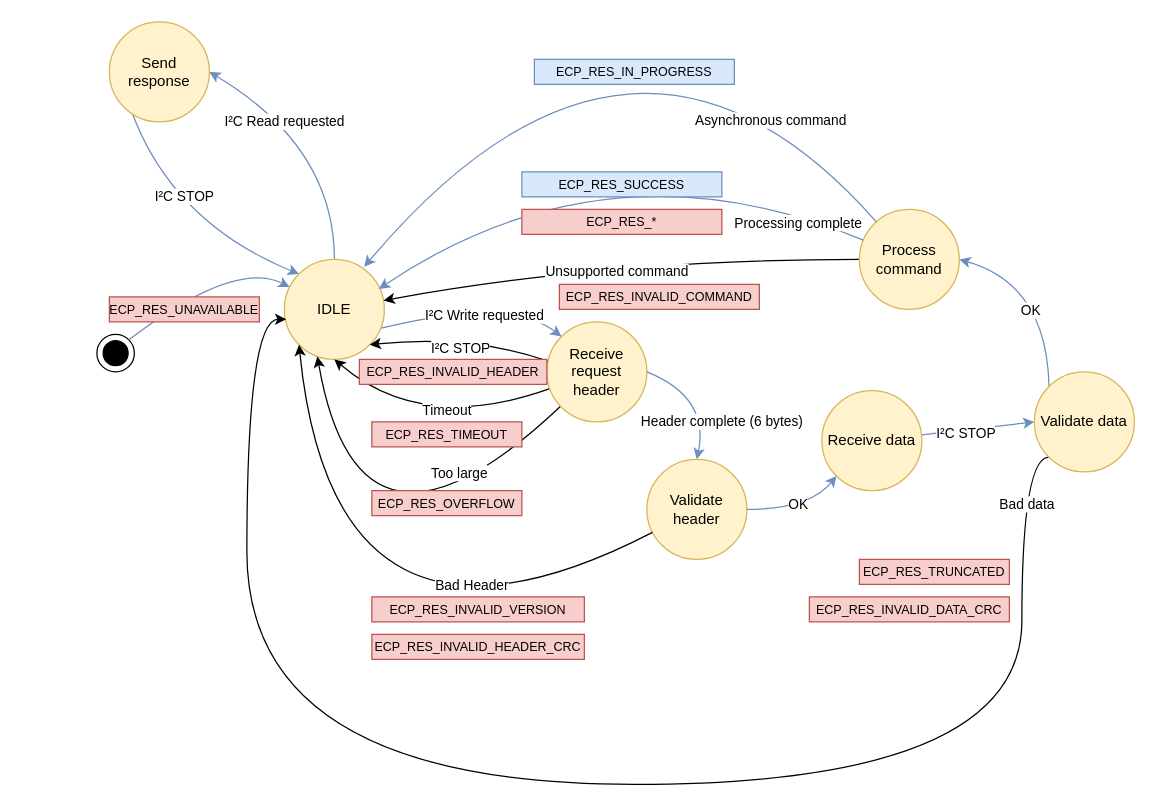
Above: page "ECP state" (3 of 10) of docs/ECP software arch.drawio in datapanelcorp/embedded-coprocessor (draw.io), before the change. Source tidied: cells renumbered, new cells numbered last; positions are measured from the earlier drawing's top-left corner, leaving out a move shared by most shapes. Both pictures are drawn from the tidied source at 125%, with x=0, y=0 at pixel (96, -54).
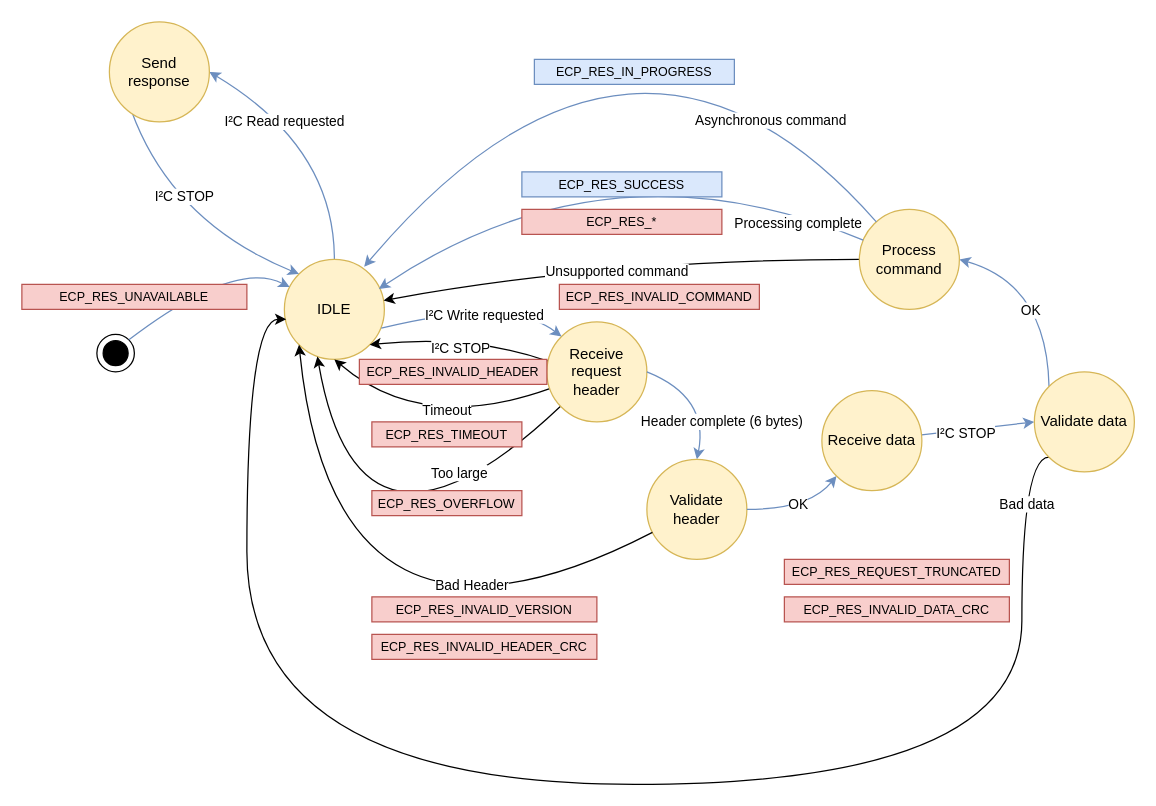
Above is the later version.

What changed in the source:
```diff
@@
     <mxCell id="29" value="&lt;font&gt;ECP_RES_INVALID_HEADER_CRC&lt;/font&gt;" style="rounded=0;whiteSpace=wrap;html=1;fillColor=#f8cecc;strokeColor=#b85450;fontSize=10;" parent="1" vertex="1">
-      <mxGeometry x="220" y="550" width="170" height="20" as="geometry" />
+      <mxGeometry x="220" y="550" width="180" height="20" as="geometry" />
     </mxCell>
     <mxCell id="30" value="&lt;font&gt;ECP_RES_INVALID_DATA_CRC&lt;/font&gt;" style="rounded=0;whiteSpace=wrap;html=1;fillColor=#f8cecc;strokeColor=#b85450;fontSize=10;" parent="1" vertex="1">
-      <mxGeometry x="570" y="520" width="160" height="20" as="geometry" />
+      <mxGeometry x="550" y="520" width="180" height="20" as="geometry" />
     </mxCell>
@@
-    <mxCell id="36" value="&lt;font&gt;ECP_RES_TRUNCATED&lt;/font&gt;" style="rounded=0;whiteSpace=wrap;html=1;fillColor=#f8cecc;strokeColor=#b85450;fontSize=10;" parent="1" vertex="1">
-      <mxGeometry x="610" y="490" width="120" height="20" as="geometry" />
+    <mxCell id="36" value="&lt;font&gt;ECP_RES_REQUEST_TRUNCATED&lt;/font&gt;" style="rounded=0;whiteSpace=wrap;html=1;fillColor=#f8cecc;strokeColor=#b85450;fontSize=10;" parent="1" vertex="1">
+      <mxGeometry x="550" y="490" width="180" height="20" as="geometry" />
     </mxCell>
     <mxCell id="37" value="&lt;font&gt;ECP_RES_UNAVAILABLE&lt;/font&gt;" style="rounded=0;whiteSpace=wrap;html=1;fillColor=#f8cecc;strokeColor=#b85450;fontSize=10;" parent="1" vertex="1">
-      <mxGeometry x="10" y="280" width="120" height="20" as="geometry" />
+      <mxGeometry x="-60" y="270" width="180" height="20" as="geometry" />
     </mxCell>
@@
     <mxCell id="43" value="&lt;font&gt;ECP_RES_INVALID_VERSION&lt;/font&gt;" style="rounded=0;whiteSpace=wrap;html=1;fillColor=#f8cecc;strokeColor=#b85450;fontSize=10;" parent="1" vertex="1">
-      <mxGeometry x="220" y="520" width="170" height="20" as="geometry" />
+      <mxGeometry x="220" y="520" width="180" height="20" as="geometry" />
     </mxCell>
```
